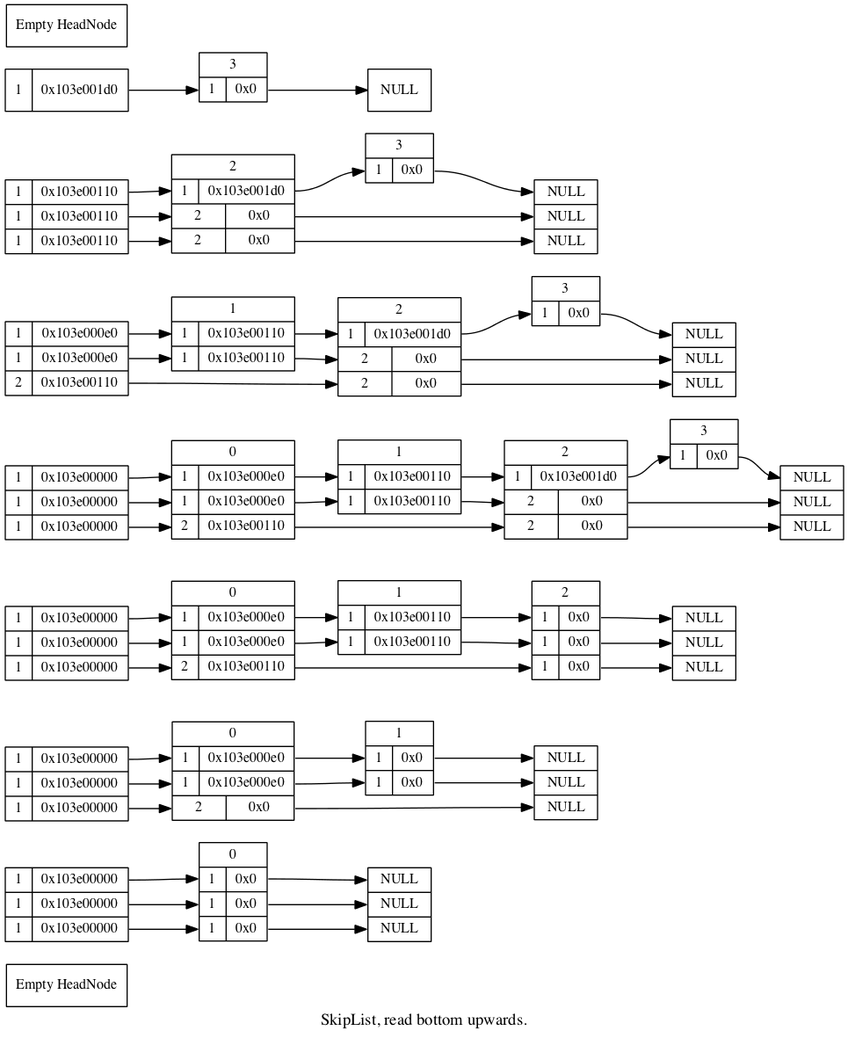
Before: doc/skiplist_visualisation/dot/doc_insert_remove.png, a diagram exported from Graphviz (paulross/skiplist). Its source is kept beside it as doc/skiplist_visualisation/dot/doc_insert_remove.dot.
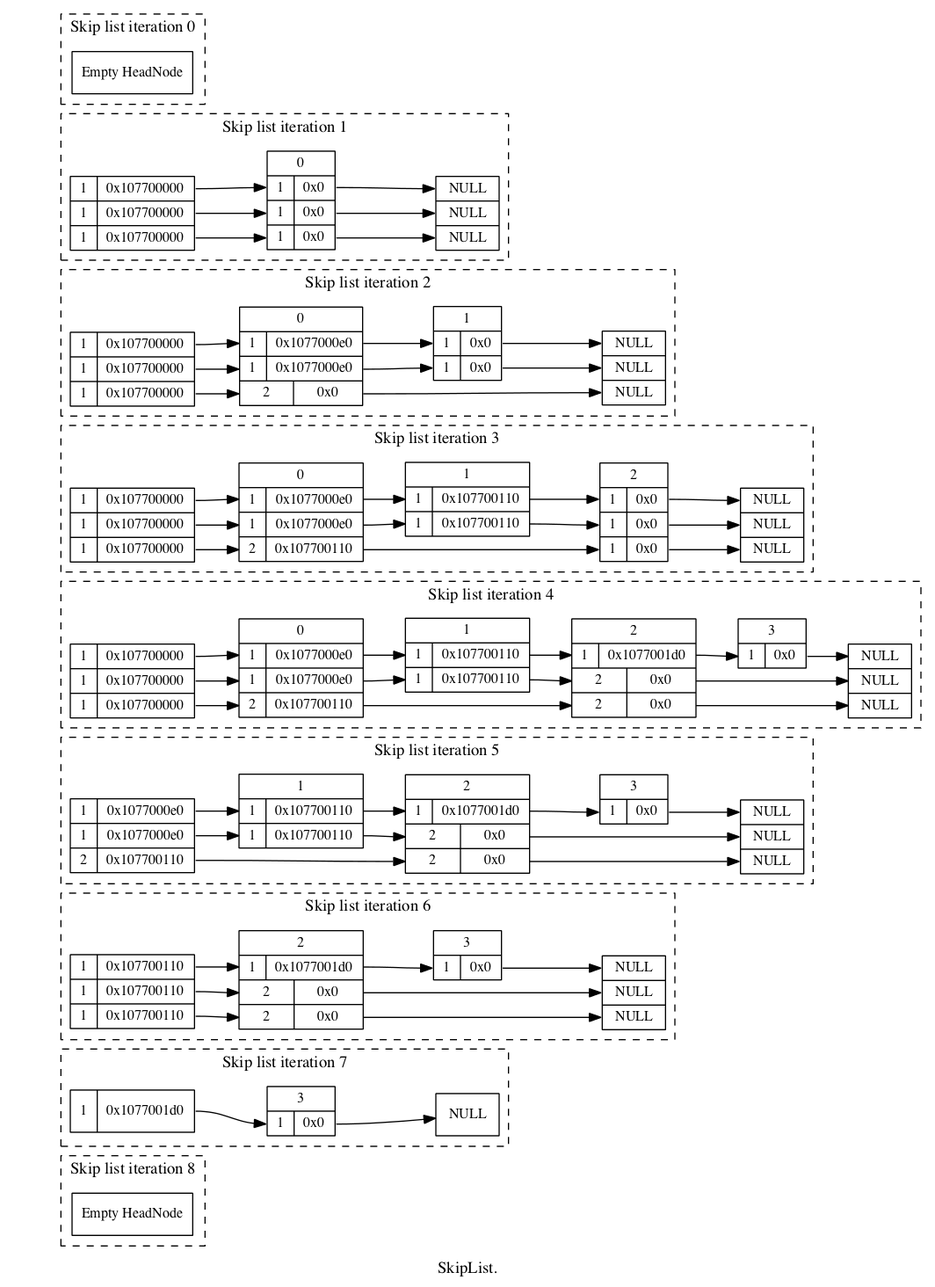
The same file after the commit.

The edit, as a diff of the source:
```diff
@@ -1,168 +1,224 @@
 digraph SkipList {
-label = "SkipList, read bottom upwards."
+label = "SkipList."
 graph [rankdir = "LR"];
 node [fontsize = "12" shape = "ellipse"];
 edge [];
-"HeadNode" [
+
+subgraph cluster0 {
+style=dashed
+label="Skip list iteration 0"
+"HeadNode0" [
 label = "Empty HeadNode"
 shape = "record"
 ];
+}
+
+subgraph cluster1 {
+style=dashed
+label="Skip list iteration 1"
 "HeadNode1" [
-label = "{ 1 | <f0> 0x100507460} | { 1 | <f1> 0x100507460} | { 1 | <f2> 0x100507460}"
+label = "{ 1 | <f0> 0x107700000} | { 1 | <f1> 0x107700000} | { 1 | <f2> 0x107700000}"
 shape = "record"
 ];
 "node10x0" [label = "<w1> NULL | <w2> NULL | <w3> NULL" shape = "record"];
-"HeadNode1":f0 -> "node10x100507460":w1 [];
-"HeadNode1":f1 -> "node10x100507460":w2 [];
-"HeadNode1":f2 -> "node10x100507460":w3 [];
-"node10x100507460" [
+"HeadNode1":f0 -> "node10x107700000":w1 [];
+"HeadNode1":f1 -> "node10x107700000":w2 [];
+"HeadNode1":f2 -> "node10x107700000":w3 [];
+"node10x107700000" [
 label = "<f0> 0 | { <w1> 1 | <f1> 0x0 } | { <w2> 1 | <f2> 0x0 } | { <w3> 1 | <f3> 0x0 }"
 shape = "record"
 ];
-"node10x100507460":f1 -> "node10x0":w1 [];
-"node10x100507460":f2 -> "node10x0":w2 [];
-"node10x100507460":f3 -> "node10x0":w3 [];
+"node10x107700000":f1 -> "node10x0":w1 [];
+"node10x107700000":f2 -> "node10x0":w2 [];
+"node10x107700000":f3 -> "node10x0":w3 [];
+}
+
+subgraph cluster2 {
+style=dashed
+label="Skip list iteration 2"
 "HeadNode2" [
-label = "{ 1 | <f0> 0x100507460} | { 1 | <f1> 0x100507460} | { 1 | <f2> 0x100507460}"
+label = "{ 1 | <f0> 0x107700000} | { 1 | <f1> 0x107700000} | { 1 | <f2> 0x107700000}"
 shape = "record"
 ];
 "node20x0" [label = "<w1> NULL | <w2> NULL | <w3> NULL" shape = "record"];
-"HeadNode2":f0 -> "node20x100507460":w1 [];
-"HeadNode2":f1 -> "node20x100507460":w2 [];
-"HeadNode2":f2 -> "node20x100507460":w3 [];
-"node20x100507460" [
-label = "<f0> 0 | { <w1> 1 | <f1> 0x100507540 } | { <w2> 1 | <f2> 0x100507540 } | { <w3> 2 | <f3> 0x0 }"
+"HeadNode2":f0 -> "node20x107700000":w1 [];
+"HeadNode2":f1 -> "node20x107700000":w2 [];
+"HeadNode2":f2 -> "node20x107700000":w3 [];
+"node20x107700000" [
+label = "<f0> 0 | { <w1> 1 | <f1> 0x1077000e0 } | { <w2> 1 | <f2> 0x1077000e0 } | { <w3> 2 | <f3> 0x0 }"
 shape = "record"
 ];
-"node20x100507460":f1 -> "node20x100507540":w1 [];
-"node20x100507460":f2 -> "node20x100507540":w2 [];
-"node20x100507460":f3 -> "node20x0":w3 [];
-"node20x100507540" [
+"node20x107700000":f1 -> "node20x1077000e0":w1 [];
+"node20x107700000":f2 -> "node20x1077000e0":w2 [];
+"node20x107700000":f3 -> "node20x0":w3 [];
+"node20x1077000e0" [
 label = "<f0> 1 | { <w1> 1 | <f1> 0x0 } | { <w2> 1 | <f2> 0x0 }"
 shape = "record"
 ];
-"node20x100507540":f1 -> "node20x0":w1 [];
-"node20x100507540":f2 -> "node20x0":w2 [];
+"node20x1077000e0":f1 -> "node20x0":w1 [];
+"node20x1077000e0":f2 -> "node20x0":w2 [];
+}
+
+subgraph cluster3 {
+style=dashed
+label="Skip list iteration 3"
 "HeadNode3" [
-label = "{ 1 | <f0> 0x100507460} | { 1 | <f1> 0x100507460} | { 1 | <f2> 0x100507460}"
+label = "{ 1 | <f0> 0x107700000} | { 1 | <f1> 0x107700000} | { 1 | <f2> 0x107700000}"
 shape = "record"
 ];
 "node30x0" [label = "<w1> NULL | <w2> NULL | <w3> NULL" shape = "record"];
-"HeadNode3":f0 -> "node30x100507460":w1 [];
-"HeadNode3":f1 -> "node30x100507460":w2 [];
-"HeadNode3":f2 -> "node30x100507460":w3 [];
-"node30x100507460" [
-label = "<f0> 0 | { <w1> 1 | <f1> 0x100507540 } | { <w2> 1 | <f2> 0x100507540 } | { <w3> 2 | <f3> 0x100507570 }"
+"HeadNode3":f0 -> "node30x107700000":w1 [];
+"HeadNode3":f1 -> "node30x107700000":w2 [];
+"HeadNode3":f2 -> "node30x107700000":w3 [];
+"node30x107700000" [
+label = "<f0> 0 | { <w1> 1 | <f1> 0x1077000e0 } | { <w2> 1 | <f2> 0x1077000e0 } | { <w3> 2 | <f3> 0x107700110 }"
 shape = "record"
 ];
-"node30x100507460":f1 -> "node30x100507540":w1 [];
-"node30x100507460":f2 -> "node30x100507540":w2 [];
-"node30x100507460":f3 -> "node30x100507570":w3 [];
-"node30x100507540" [
-label = "<f0> 1 | { <w1> 1 | <f1> 0x100507570 } | { <w2> 1 | <f2> 0x100507570 }"
+"node30x107700000":f1 -> "node30x1077000e0":w1 [];
+"node30x107700000":f2 -> "node30x1077000e0":w2 [];
+"node30x107700000":f3 -> "node30x107700110":w3 [];
+"node30x1077000e0" [
+label = "<f0> 1 | { <w1> 1 | <f1> 0x107700110 } | { <w2> 1 | <f2> 0x107700110 }"
 shape = "record"
 ];
-"node30x100507540":f1 -> "node30x100507570":w1 [];
-"node30x100507540":f2 -> "node30x100507570":w2 [];
-"node30x100507570" [
+"node30x1077000e0":f1 -> "node30x107700110":w1 [];
+"node30x1077000e0":f2 -> "node30x107700110":w2 [];
+"node30x107700110" [
 label = "<f0> 2 | { <w1> 1 | <f1> 0x0 } | { <w2> 1 | <f2> 0x0 } | { <w3> 1 | <f3> 0x0 }"
 shape = "record"
 ];
-"node30x100507570":f1 -> "node30x0":w1 [];
-"node30x100507570":f2 -> "node30x0":w2 [];
-"node30x100507570":f3 -> "node30x0":w3 [];
+"node30x107700110":f1 -> "node30x0":w1 [];
+"node30x107700110":f2 -> "node30x0":w2 [];
+"node30x107700110":f3 -> "node30x0":w3 [];
+}
+
+subgraph cluster4 {
+style=dashed
+label="Skip list iteration 4"
 "HeadNode4" [
-label = "{ 1 | <f0> 0x100507460} | { 1 | <f1> 0x100507460} | { 1 | <f2> 0x100507460}"
+label = "{ 1 | <f0> 0x107700000} | { 1 | <f1> 0x107700000} | { 1 | <f2> 0x107700000}"
 shape = "record"
 ];
 "node40x0" [label = "<w1> NULL | <w2> NULL | <w3> NULL" shape = "record"];
-"HeadNode4":f0 -> "node40x100507460":w1 [];
-"HeadNode4":f1 -> "node40x100507460":w2 [];
-"HeadNode4":f2 -> "node40x100507460":w3 [];
-"node40x100507460" [
-label = "<f0> 0 | { <w1> 1 | <f1> 0x100507540 } | { <w2> 1 | <f2> 0x100507540 } | { <w3> 2 | <f3> 0x100507570 }"
+"HeadNode4":f0 -> "node40x107700000":w1 [];
+"HeadNode4":f1 -> "node40x107700000":w2 [];
+"HeadNode4":f2 -> "node40x107700000":w3 [];
+"node40x107700000" [
+label = "<f0> 0 | { <w1> 1 | <f1> 0x1077000e0 } | { <w2> 1 | <f2> 0x1077000e0 } | { <w3> 2 | <f3> 0x107700110 }"
 shape = "record"
 ];
-"node40x100507460":f1 -> "node40x100507540":w1 [];
-"node40x100507460":f2 -> "node40x100507540":w2 [];
-"node40x100507460":f3 -> "node40x100507570":w3 [];
-"node40x100507540" [
-label = "<f0> 1 | { <w1> 1 | <f1> 0x100507570 } | { <w2> 1 | <f2> 0x100507570 }"
+"node40x107700000":f1 -> "node40x1077000e0":w1 [];
+"node40x107700000":f2 -> "node40x1077000e0":w2 [];
+"node40x107700000":f3 -> "node40x107700110":w3 [];
+"node40x1077000e0" [
+label = "<f0> 1 | { <w1> 1 | <f1> 0x107700110 } | { <w2> 1 | <f2> 0x107700110 }"
 shape = "record"
 ];
-"node40x100507540":f1 -> "node40x100507570":w1 [];
-"node40x100507540":f2 -> "node40x100507570":w2 [];
-"node40x100507570" [
-label = "<f0> 2 | { <w1> 1 | <f1> 0x100507630 } | { <w2> 2 | <f2> 0x0 } | { <w3> 2 | <f3> 0x0 }"
+"node40x1077000e0":f1 -> "node40x107700110":w1 [];
+"node40x1077000e0":f2 -> "node40x107700110":w2 [];
+"node40x107700110" [
+label = "<f0> 2 | { <w1> 1 | <f1> 0x1077001d0 } | { <w2> 2 | <f2> 0x0 } | { <w3> 2 | <f3> 0x0 }"
 shape = "record"
 ];
-"node40x100507570":f1 -> "node40x100507630":w1 [];
-"node40x100507570":f2 -> "node40x0":w2 [];
-"node40x100507570":f3 -> "node40x0":w3 [];
-"node40x100507630" [
+"node40x107700110":f1 -> "node40x1077001d0":w1 [];
+"node40x107700110":f2 -> "node40x0":w2 [];
+"node40x107700110":f3 -> "node40x0":w3 [];
+"node40x1077001d0" [
 label = "<f0> 3 | { <w1> 1 | <f1> 0x0 }"
 shape = "record"
 ];
-"node40x100507630":f1 -> "node40x0":w1 [];
+"node40x1077001d0":f1 -> "node40x0":w1 [];
+}
+
+subgraph cluster5 {
+style=dashed
+label="Skip list iteration 5"
 "HeadNode5" [
-label = "{ 1 | <f0> 0x100507540} | { 1 | <f1> 0x100507540} | { 2 | <f2> 0x100507570}"
+label = "{ 1 | <f0> 0x1077000e0} | { 1 | <f1> 0x1077000e0} | { 2 | <f2> 0x107700110}"
 shape = "record"
 ];
 "node50x0" [label = "<w1> NULL | <w2> NULL | <w3> NULL" shape = "record"];
-"HeadNode5":f0 -> "node50x100507540":w1 [];
-"HeadNode5":f1 -> "node50x100507540":w2 [];
-"HeadNode5":f2 -> "node50x100507570":w3 [];
-"node50x100507540" [
-label = "<f0> 1 | { <w1> 1 | <f1> 0x100507570 } | { <w2> 1 | <f2> 0x100507570 }"
+"HeadNode5":f0 -> "node50x1077000e0":w1 [];
+"HeadNode5":f1 -> "node50x1077000e0":w2 [];
+"HeadNode5":f2 -> "node50x107700110":w3 [];
+"node50x1077000e0" [
+label = "<f0> 1 | { <w1> 1 | <f1> 0x107700110 } | { <w2> 1 | <f2> 0x107700110 }"
 shape = "record"
 ];
-"node50x100507540":f1 -> "node50x100507570":w1 [];
-"node50x100507540":f2 -> "node50x100507570":w2 [];
-"node50x100507570" [
-label = "<f0> 2 | { <w1> 1 | <f1> 0x100507630 } | { <w2> 2 | <f2> 0x0 } | { <w3> 2 | <f3> 0x0 }"
+"node50x1077000e0":f1 -> "node50x107700110":w1 [];
+"node50x1077000e0":f2 -> "node50x107700110":w2 [];
+"node50x107700110" [
+label = "<f0> 2 | { <w1> 1 | <f1> 0x1077001d0 } | { <w2> 2 | <f2> 0x0 } | { <w3> 2 | <f3> 0x0 }"
 shape = "record"
 ];
-"node50x100507570":f1 -> "node50x100507630":w1 [];
-"node50x100507570":f2 -> "node50x0":w2 [];
-"node50x100507570":f3 -> "node50x0":w3 [];
-"node50x100507630" [
+"node50x107700110":f1 -> "node50x1077001d0":w1 [];
+"node50x107700110":f2 -> "node50x0":w2 [];
+"node50x107700110":f3 -> "node50x0":w3 [];
+"node50x1077001d0" [
 label = "<f0> 3 | { <w1> 1 | <f1> 0x0 }"
 shape = "record"
 ];
-"node50x100507630":f1 -> "node50x0":w1 [];
+"node50x1077001d0":f1 -> "node50x0":w1 [];
+}
+
+subgraph cluster6 {
+style=dashed
+label="Skip list iteration 6"
 "HeadNode6" [
-label = "{ 1 | <f0> 0x100507570} | { 1 | <f1> 0x100507570} | { 1 | <f2> 0x100507570}"
+label = "{ 1 | <f0> 0x107700110} | { 1 | <f1> 0x107700110} | { 1 | <f2> 0x107700110}"
 shape = "record"
 ];
 "node60x0" [label = "<w1> NULL | <w2> NULL | <w3> NULL" shape = "record"];
-"HeadNode6":f0 -> "node60x100507570":w1 [];
-"HeadNode6":f1 -> "node60x100507570":w2 [];
-"HeadNode6":f2 -> "node60x100507570":w3 [];
-"node60x100507570" [
-label = "<f0> 2 | { <w1> 1 | <f1> 0x100507630 } | { <w2> 2 | <f2> 0x0 } | { <w3> 2 | <f3> 0x0 }"
+"HeadNode6":f0 -> "node60x107700110":w1 [];
+"HeadNode6":f1 -> "node60x107700110":w2 [];
+"HeadNode6":f2 -> "node60x107700110":w3 [];
+"node60x107700110" [
+label = "<f0> 2 | { <w1> 1 | <f1> 0x1077001d0 } | { <w2> 2 | <f2> 0x0 } | { <w3> 2 | <f3> 0x0 }"
 shape = "record"
 ];
-"node60x100507570":f1 -> "node60x100507630":w1 [];
-"node60x100507570":f2 -> "node60x0":w2 [];
-"node60x100507570":f3 -> "node60x0":w3 [];
-"node60x100507630" [
+"node60x107700110":f1 -> "node60x1077001d0":w1 [];
+"node60x107700110":f2 -> "node60x0":w2 [];
+"node60x107700110":f3 -> "node60x0":w3 [];
+"node60x1077001d0" [
 label = "<f0> 3 | { <w1> 1 | <f1> 0x0 }"
 shape = "record"
 ];
-"node60x100507630":f1 -> "node60x0":w1 [];
+"node60x1077001d0":f1 -> "node60x0":w1 [];
+}
+
+subgraph cluster7 {
+style=dashed
+label="Skip list iteration 7"
 "HeadNode7" [
-label = "{ 1 | <f0> 0x100507630}"
+label = "{ 1 | <f0> 0x1077001d0}"
 shape = "record"
 ];
 "node70x0" [label = "<w1> NULL" shape = "record"];
-"HeadNode7":f0 -> "node70x100507630":w1 [];
-"node70x100507630" [
+"HeadNode7":f0 -> "node70x1077001d0":w1 [];
+"node70x1077001d0" [
 label = "<f0> 3 | { <w1> 1 | <f1> 0x0 }"
 shape = "record"
 ];
-"node70x100507630":f1 -> "node70x0":w1 [];
+"node70x1077001d0":f1 -> "node70x0":w1 [];
+}
+
+subgraph cluster8 {
+style=dashed
+label="Skip list iteration 8"
 "HeadNode8" [
 label = "Empty HeadNode"
 shape = "record"
 ];
 }
+
+node0 [shape=record, label = "<f0> | <f1> | <f2> | <f3> | <f4> | <f5> | <f6> | <f7> | <f8> | ", style=invis, width=0.01];
+node0:f0 -> HeadNode0 [style=invis];
+node0:f1 -> HeadNode1 [style=invis];
+node0:f2 -> HeadNode2 [style=invis];
+node0:f3 -> HeadNode3 [style=invis];
+node0:f4 -> HeadNode4 [style=invis];
+node0:f5 -> HeadNode5 [style=invis];
+node0:f6 -> HeadNode6 [style=invis];
+node0:f7 -> HeadNode7 [style=invis];
+node0:f8 -> HeadNode8 [style=invis];
+}
```
